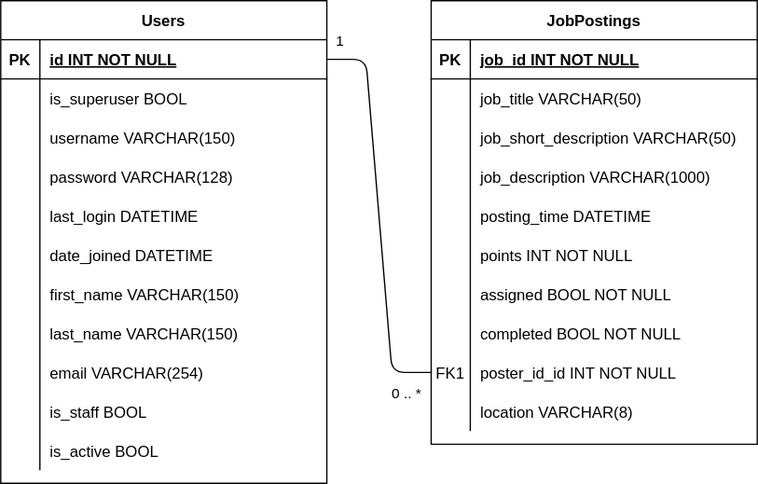
The draw.io diagram Aidoo_db.drawio.svg in o-brand/aidoo, before a commit. Source tidied: cells renumbered, new cells last; positions are measured from the earlier drawing's top-left corner, leaving out a move shared by most shapes.
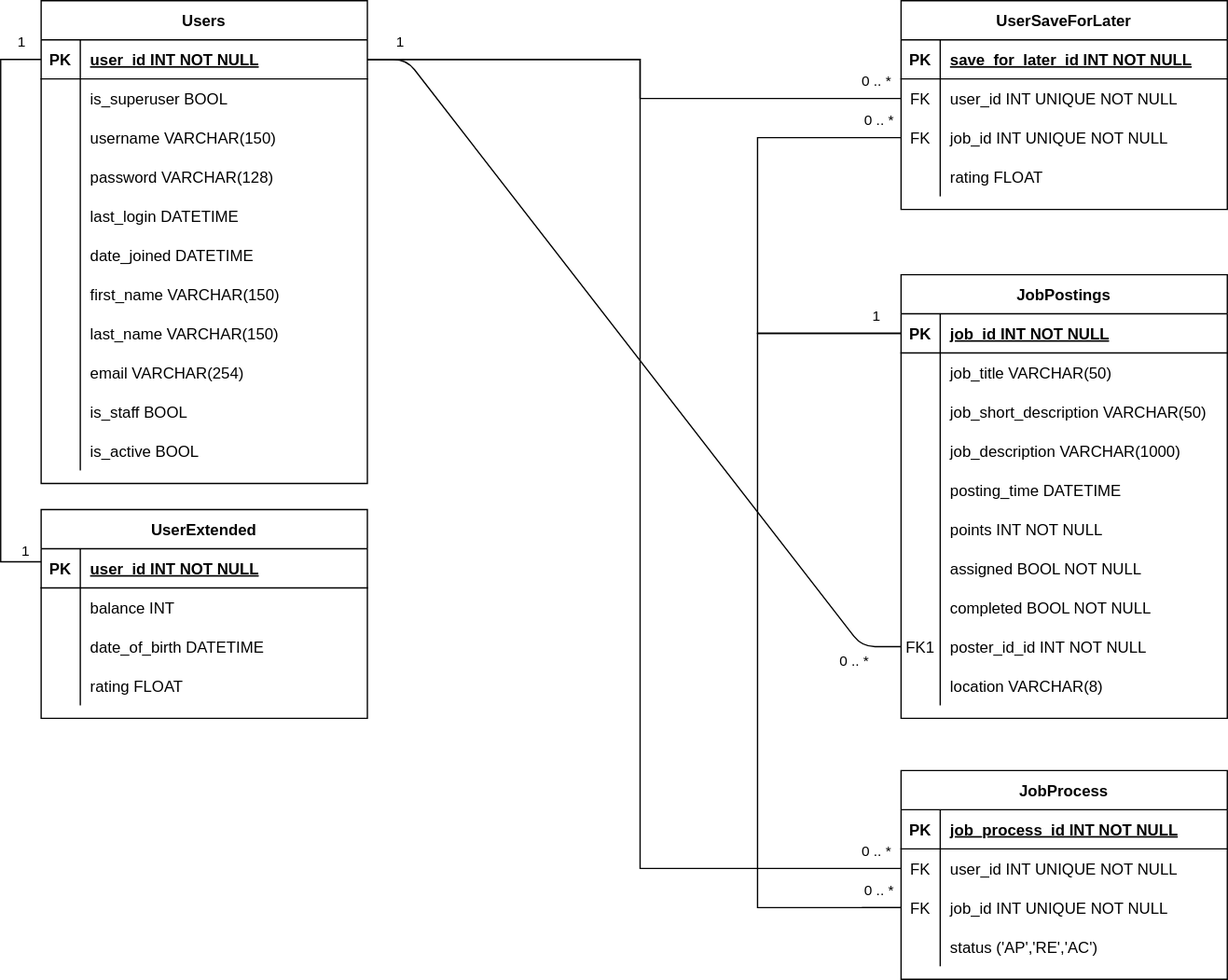
The same diagram one commit later.

The edit, as a diff of the source:
```diff
@@ -16,7 +16,7 @@
       </mxGeometry>
     </mxCell>
     <mxCell id="5" value="JobPostings" style="shape=table;startSize=30;rowLines=0;fontStyle=1;align=center;" parent="1" vertex="1">
-      <mxGeometry x="330" width="250" height="340" as="geometry" />
+      <mxGeometry x="659" y="210" width="250" height="340" as="geometry" />
     </mxCell>
     <mxCell id="6" style="shape=partialRectangle;fillColor=none;points=[[0,0.5],[1,0.5]];portConstraint=eastwest;top=0;left=0;right=0;bottom=1;" parent="5" vertex="1">
       <mxGeometry y="30" width="250" height="30" as="geometry" />
@@ -117,7 +117,7 @@
     <mxCell id="38" value="PK" style="shape=partialRectangle;overflow=hidden;fillColor=none;top=0;left=0;bottom=0;right=0;fontStyle=1;" parent="37" vertex="1">
       <mxGeometry width="30" height="30" as="geometry" />
     </mxCell>
-    <mxCell id="39" value="id INT NOT NULL " style="shape=partialRectangle;overflow=hidden;fillColor=none;top=0;left=0;bottom=0;right=0;align=left;spacingLeft=6;fontStyle=5;" parent="37" vertex="1">
+    <mxCell id="39" value="user_id INT NOT NULL " style="shape=partialRectangle;overflow=hidden;fillColor=none;top=0;left=0;bottom=0;right=0;align=left;spacingLeft=6;fontStyle=5;" parent="37" vertex="1">
       <mxGeometry x="30" width="220" height="30" as="geometry" />
     </mxCell>
     <mxCell id="40" style="shape=partialRectangle;fillColor=none;top=0;left=0;right=0;bottom=0;" parent="36" vertex="1">
@@ -210,5 +210,202 @@
     <mxCell id="69" value="is_active BOOL" style="shape=partialRectangle;overflow=hidden;fillColor=none;top=0;left=0;bottom=0;right=0;align=left;spacingLeft=6;" parent="67" vertex="1">
       <mxGeometry x="30" width="220" height="30" as="geometry" />
     </mxCell>
+    <mxCell id="70" value="UserExtended" style="shape=table;startSize=30;rowLines=0;fontStyle=1;align=center;" parent="1" vertex="1">
+      <mxGeometry y="390" width="250" height="160" as="geometry" />
+    </mxCell>
+    <mxCell id="71" style="shape=partialRectangle;fillColor=none;top=0;left=0;right=0;bottom=1;" parent="70" vertex="1">
+      <mxGeometry y="30" width="250" height="30" as="geometry" />
+    </mxCell>
+    <mxCell id="72" value="PK" style="shape=partialRectangle;overflow=hidden;fillColor=none;top=0;left=0;bottom=0;right=0;fontStyle=1;" parent="71" vertex="1">
+      <mxGeometry width="30" height="30" as="geometry" />
+    </mxCell>
+    <mxCell id="73" value="user_id INT NOT NULL " style="shape=partialRectangle;overflow=hidden;fillColor=none;top=0;left=0;bottom=0;right=0;align=left;spacingLeft=6;fontStyle=5;" parent="71" vertex="1">
+      <mxGeometry x="30" width="220" height="30" as="geometry" />
+    </mxCell>
+    <mxCell id="74" style="shape=partialRectangle;fillColor=none;top=0;left=0;right=0;bottom=0;" parent="70" vertex="1">
+      <mxGeometry y="60" width="250" height="30" as="geometry" />
+    </mxCell>
+    <mxCell id="75" style="shape=partialRectangle;overflow=hidden;fillColor=none;top=0;left=0;bottom=0;right=0;" parent="74" vertex="1">
+      <mxGeometry width="30" height="30" as="geometry" />
+    </mxCell>
+    <mxCell id="76" value="balance INT" style="shape=partialRectangle;overflow=hidden;fillColor=none;top=0;left=0;bottom=0;right=0;align=left;spacingLeft=6;" parent="74" vertex="1">
+      <mxGeometry x="30" width="220" height="30" as="geometry" />
+    </mxCell>
+    <mxCell id="77" style="shape=partialRectangle;fillColor=none;top=0;left=0;right=0;bottom=0;" parent="70" vertex="1">
+      <mxGeometry y="90" width="250" height="30" as="geometry" />
+    </mxCell>
+    <mxCell id="78" style="shape=partialRectangle;overflow=hidden;fillColor=none;top=0;left=0;bottom=0;right=0;" parent="77" vertex="1">
+      <mxGeometry width="30" height="30" as="geometry" />
+    </mxCell>
+    <mxCell id="79" value="date_of_birth DATETIME" style="shape=partialRectangle;overflow=hidden;fillColor=none;top=0;left=0;bottom=0;right=0;align=left;spacingLeft=6;" parent="77" vertex="1">
+      <mxGeometry x="30" width="220" height="30" as="geometry" />
+    </mxCell>
+    <mxCell id="80" style="shape=partialRectangle;fillColor=none;top=0;left=0;right=0;bottom=0;" parent="70" vertex="1">
+      <mxGeometry y="120" width="250" height="30" as="geometry" />
+    </mxCell>
+    <mxCell id="81" style="shape=partialRectangle;overflow=hidden;fillColor=none;top=0;left=0;bottom=0;right=0;" parent="80" vertex="1">
+      <mxGeometry width="30" height="30" as="geometry" />
+    </mxCell>
+    <mxCell id="82" value="rating FLOAT" style="shape=partialRectangle;overflow=hidden;fillColor=none;top=0;left=0;bottom=0;right=0;align=left;spacingLeft=6;" parent="80" vertex="1">
+      <mxGeometry x="30" width="220" height="30" as="geometry" />
+    </mxCell>
+    <mxCell id="83" style="edgeStyle=orthogonalEdgeStyle;rounded=0;jettySize=auto;html=1;exitX=0;exitY=0.5;exitDx=0;exitDy=0;entryX=0;entryY=0.25;entryDx=0;entryDy=0;endArrow=none;endFill=0;" parent="1" edge="1" source="37" target="70">
+      <mxGeometry relative="1" as="geometry">
+        <Array as="points">
+          <mxPoint x="-31" y="45" />
+          <mxPoint x="-31" y="430" />
+        </Array>
+      </mxGeometry>
+    </mxCell>
+    <mxCell id="84" value="1" style="edgeLabel;html=1;align=center;verticalAlign=middle;" parent="83" vertex="1">
+      <mxGeometry x="-0.93" y="-1" relative="1" as="geometry">
+        <mxPoint y="-14" as="offset" />
+      </mxGeometry>
+    </mxCell>
+    <mxCell id="85" value="1" style="edgeLabel;html=1;align=center;verticalAlign=middle;" parent="83" vertex="1">
+      <mxGeometry x="0.95" y="-2" relative="1" as="geometry">
+        <mxPoint y="-12" as="offset" />
+      </mxGeometry>
+    </mxCell>
+    <mxCell id="86" value="UserSaveForLater" style="shape=table;startSize=30;rowLines=0;fontStyle=1;align=center;" parent="1" vertex="1">
+      <mxGeometry x="659" width="250" height="160" as="geometry" />
+    </mxCell>
+    <mxCell id="87" style="shape=partialRectangle;fillColor=none;top=0;left=0;right=0;bottom=1;" parent="86" vertex="1">
+      <mxGeometry y="30" width="250" height="30" as="geometry" />
+    </mxCell>
+    <mxCell id="88" value="PK" style="shape=partialRectangle;overflow=hidden;fillColor=none;top=0;left=0;bottom=0;right=0;fontStyle=1;" parent="87" vertex="1">
+      <mxGeometry width="30" height="30" as="geometry" />
+    </mxCell>
+    <mxCell id="89" value="save_for_later_id INT NOT NULL " style="shape=partialRectangle;overflow=hidden;fillColor=none;top=0;left=0;bottom=0;right=0;align=left;spacingLeft=6;fontStyle=5;" parent="87" vertex="1">
+      <mxGeometry x="30" width="220" height="30" as="geometry" />
+    </mxCell>
+    <mxCell id="90" style="shape=partialRectangle;fillColor=none;points=[[0,0.5],[1,0.5]];portConstraint=eastwest;top=0;left=0;right=0;bottom=0;" parent="86" vertex="1">
+      <mxGeometry y="60" width="250" height="30" as="geometry" />
+    </mxCell>
+    <mxCell id="91" value="FK" style="shape=partialRectangle;overflow=hidden;fillColor=none;top=0;left=0;bottom=0;right=0;" parent="90" vertex="1">
+      <mxGeometry width="30" height="30" as="geometry" />
+    </mxCell>
+    <mxCell id="92" value="user_id INT UNIQUE NOT NULL" style="shape=partialRectangle;overflow=hidden;fillColor=none;top=0;left=0;bottom=0;right=0;align=left;spacingLeft=6;" parent="90" vertex="1">
+      <mxGeometry x="30" width="220" height="30" as="geometry" />
+    </mxCell>
+    <mxCell id="93" style="shape=partialRectangle;fillColor=none;points=[[0,0.5],[1,0.5]];portConstraint=eastwest;top=0;left=0;right=0;bottom=0;" parent="86" vertex="1">
+      <mxGeometry y="90" width="250" height="30" as="geometry" />
+    </mxCell>
+    <mxCell id="94" value="FK" style="shape=partialRectangle;overflow=hidden;fillColor=none;top=0;left=0;bottom=0;right=0;" parent="93" vertex="1">
+      <mxGeometry width="30" height="30" as="geometry" />
+    </mxCell>
+    <mxCell id="95" value="job_id INT UNIQUE NOT NULL" style="shape=partialRectangle;overflow=hidden;fillColor=none;top=0;left=0;bottom=0;right=0;align=left;spacingLeft=6;" parent="93" vertex="1">
+      <mxGeometry x="30" width="220" height="30" as="geometry" />
+    </mxCell>
+    <mxCell id="96" style="shape=partialRectangle;fillColor=none;top=0;left=0;right=0;bottom=0;" parent="86" vertex="1">
+      <mxGeometry y="120" width="250" height="30" as="geometry" />
+    </mxCell>
+    <mxCell id="97" style="shape=partialRectangle;overflow=hidden;fillColor=none;top=0;left=0;bottom=0;right=0;" parent="96" vertex="1">
+      <mxGeometry width="30" height="30" as="geometry" />
+    </mxCell>
+    <mxCell id="98" value="rating FLOAT" style="shape=partialRectangle;overflow=hidden;fillColor=none;top=0;left=0;bottom=0;right=0;align=left;spacingLeft=6;" parent="96" vertex="1">
+      <mxGeometry x="30" width="220" height="30" as="geometry" />
+    </mxCell>
+    <mxCell id="99" style="edgeStyle=orthogonalEdgeStyle;rounded=0;jettySize=auto;html=1;endArrow=none;endFill=0;entryX=0;entryY=0.5;entryDx=0;entryDy=0;" parent="1" edge="1" source="6" target="93">
+      <mxGeometry relative="1" as="geometry">
+        <Array as="points">
+          <mxPoint x="549" y="255" />
+          <mxPoint x="549" y="105" />
+        </Array>
+      </mxGeometry>
+    </mxCell>
+    <mxCell id="100" value="0 .. *" style="edgeLabel;html=1;align=center;verticalAlign=middle;" parent="99" vertex="1">
+      <mxGeometry x="0.92" y="-1" relative="1" as="geometry">
+        <mxPoint x="-5" y="-16" as="offset" />
+      </mxGeometry>
+    </mxCell>
+    <mxCell id="101" value="1" style="edgeLabel;html=1;align=center;verticalAlign=middle;" parent="99" vertex="1">
+      <mxGeometry x="-0.91" y="-4" relative="1" as="geometry">
+        <mxPoint x="-4" y="-11" as="offset" />
+      </mxGeometry>
+    </mxCell>
+    <mxCell id="102" style="edgeStyle=orthogonalEdgeStyle;rounded=0;jettySize=auto;html=1;entryX=0;entryY=0.5;entryDx=0;entryDy=0;endArrow=none;endFill=0;" parent="1" edge="1" source="37" target="90">
+      <mxGeometry relative="1" as="geometry">
+        <Array as="points">
+          <mxPoint x="459" y="45" />
+          <mxPoint x="459" y="75" />
+        </Array>
+      </mxGeometry>
+    </mxCell>
+    <mxCell id="103" value="0 .. *" style="edgeLabel;html=1;align=center;verticalAlign=middle;" parent="102" vertex="1">
+      <mxGeometry x="0.92" y="2" relative="1" as="geometry">
+        <mxPoint x="-2" y="-13" as="offset" />
+      </mxGeometry>
+    </mxCell>
+    <mxCell id="104" value="JobProcess" style="shape=table;startSize=30;rowLines=0;fontStyle=1;align=center;" parent="1" vertex="1">
+      <mxGeometry x="659" y="590" width="250" height="160" as="geometry" />
+    </mxCell>
+    <mxCell id="105" style="shape=partialRectangle;fillColor=none;top=0;left=0;right=0;bottom=1;" parent="104" vertex="1">
+      <mxGeometry y="30" width="250" height="30" as="geometry" />
+    </mxCell>
+    <mxCell id="106" value="PK" style="shape=partialRectangle;overflow=hidden;fillColor=none;top=0;left=0;bottom=0;right=0;fontStyle=1;" parent="105" vertex="1">
+      <mxGeometry width="30" height="30" as="geometry" />
+    </mxCell>
+    <mxCell id="107" value="job_process_id INT NOT NULL" style="shape=partialRectangle;overflow=hidden;fillColor=none;top=0;left=0;bottom=0;right=0;align=left;spacingLeft=6;fontStyle=5;" parent="105" vertex="1">
+      <mxGeometry x="30" width="220" height="30" as="geometry" />
+    </mxCell>
+    <mxCell id="108" style="shape=partialRectangle;fillColor=none;points=[[0,0.5],[1,0.5]];portConstraint=eastwest;top=0;left=0;right=0;bottom=0;" parent="104" vertex="1">
+      <mxGeometry y="60" width="250" height="30" as="geometry" />
+    </mxCell>
+    <mxCell id="109" value="FK" style="shape=partialRectangle;overflow=hidden;fillColor=none;top=0;left=0;bottom=0;right=0;" parent="108" vertex="1">
+      <mxGeometry width="30" height="30" as="geometry" />
+    </mxCell>
+    <mxCell id="110" value="user_id INT UNIQUE NOT NULL" style="shape=partialRectangle;overflow=hidden;fillColor=none;top=0;left=0;bottom=0;right=0;align=left;spacingLeft=6;" parent="108" vertex="1">
+      <mxGeometry x="30" width="220" height="30" as="geometry" />
+    </mxCell>
+    <mxCell id="111" style="shape=partialRectangle;fillColor=none;points=[[0,0.5],[1,0.5]];portConstraint=eastwest;top=0;left=0;right=0;bottom=0;" parent="104" vertex="1">
+      <mxGeometry y="90" width="250" height="30" as="geometry" />
+    </mxCell>
+    <mxCell id="112" value="FK" style="shape=partialRectangle;overflow=hidden;fillColor=none;top=0;left=0;bottom=0;right=0;" parent="111" vertex="1">
+      <mxGeometry width="30" height="30" as="geometry" />
+    </mxCell>
+    <mxCell id="113" value="job_id INT UNIQUE NOT NULL" style="shape=partialRectangle;overflow=hidden;fillColor=none;top=0;left=0;bottom=0;right=0;align=left;spacingLeft=6;" parent="111" vertex="1">
+      <mxGeometry x="30" width="220" height="30" as="geometry" />
+    </mxCell>
+    <mxCell id="114" style="shape=partialRectangle;fillColor=none;top=0;left=0;right=0;bottom=0;" parent="104" vertex="1">
+      <mxGeometry y="120" width="250" height="30" as="geometry" />
+    </mxCell>
+    <mxCell id="115" style="shape=partialRectangle;overflow=hidden;fillColor=none;top=0;left=0;bottom=0;right=0;" parent="114" vertex="1">
+      <mxGeometry width="30" height="30" as="geometry" />
+    </mxCell>
+    <mxCell id="116" value="status ('AP','RE','AC')" style="shape=partialRectangle;overflow=hidden;fillColor=none;top=0;left=0;bottom=0;right=0;align=left;spacingLeft=6;" parent="114" vertex="1">
+      <mxGeometry x="30" width="220" height="30" as="geometry" />
+    </mxCell>
+    <mxCell id="117" style="edgeStyle=orthogonalEdgeStyle;rounded=0;jettySize=auto;html=1;entryX=0;entryY=0.5;entryDx=0;entryDy=0;endArrow=none;endFill=0;" parent="1" edge="1" source="37" target="108">
+      <mxGeometry relative="1" as="geometry">
+        <Array as="points">
+          <mxPoint x="459" y="45" />
+          <mxPoint x="459" y="665" />
+        </Array>
+      </mxGeometry>
+    </mxCell>
+    <mxCell id="118" value="0 .. *" style="edgeLabel;html=1;align=center;verticalAlign=middle;" parent="117" vertex="1">
+      <mxGeometry x="0.95" y="1" relative="1" as="geometry">
+        <mxPoint x="5" y="-14" as="offset" />
+      </mxGeometry>
+    </mxCell>
+    <mxCell id="119" style="edgeStyle=orthogonalEdgeStyle;rounded=0;jettySize=auto;html=1;entryX=0;entryY=0.5;entryDx=0;entryDy=0;endArrow=none;endFill=0;" parent="1" edge="1" source="6" target="111">
+      <mxGeometry relative="1" as="geometry">
+        <Array as="points">
+          <mxPoint x="549" y="255" />
+          <mxPoint x="549" y="695" />
+        </Array>
+      </mxGeometry>
+    </mxCell>
+    <mxCell id="120" value="0 .. *" style="edgeLabel;html=1;align=center;verticalAlign=middle;" parent="119" vertex="1">
+      <mxGeometry x="0.91" y="-3" relative="1" as="geometry">
+        <mxPoint x="11" y="-18" as="offset" />
+      </mxGeometry>
+    </mxCell>
+    <mxCell id="121" style="edgeStyle=orthogonalEdgeStyle;rounded=0;jettySize=auto;html=1;endArrow=none;endFill=0;" parent="1" edge="1" source="111">
+      <mxGeometry relative="1" as="geometry">
+        <mxPoint x="629" y="695" as="targetPoint" />
+      </mxGeometry>
+    </mxCell>
   </root>
 </mxGraphModel>
```
